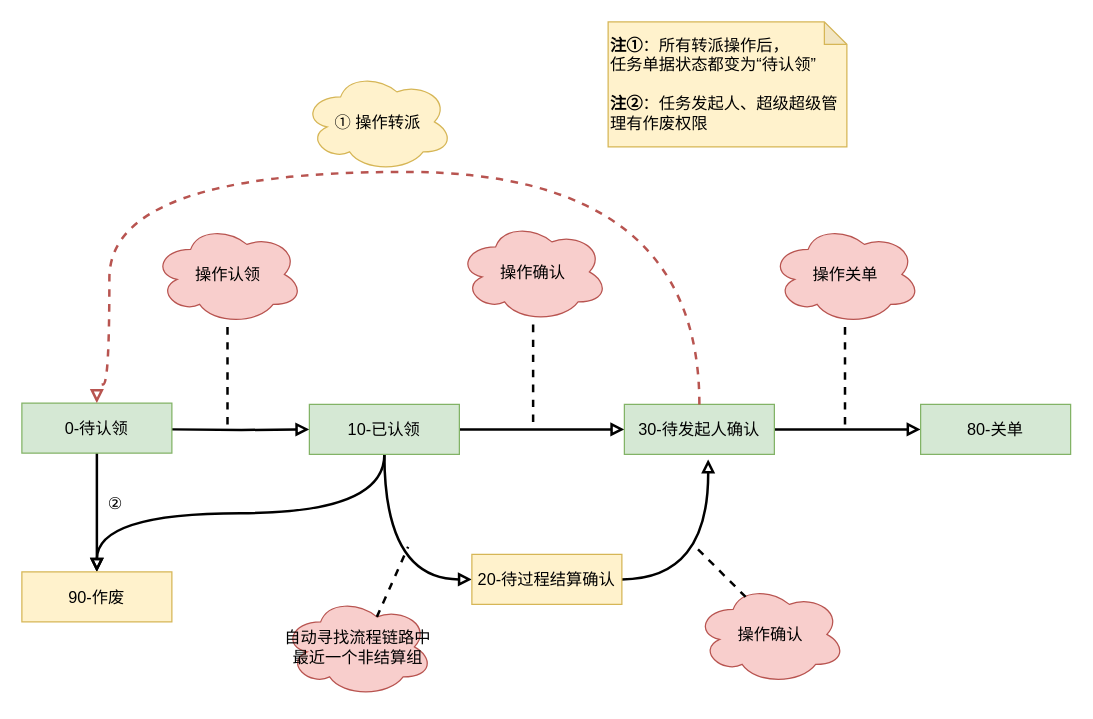
Before: page "状态图转换" (3 of 4) of 信航中心.drawio in satcon/MyBlog, a draw.io diagram. Source tidied: cells renumbered, new cells numbered last; positions are measured from the earlier drawing's top-left corner, leaving out a move shared by most shapes. Both pictures are drawn from the tidied source at 125%, with x=0, y=0 at pixel (21, 21).
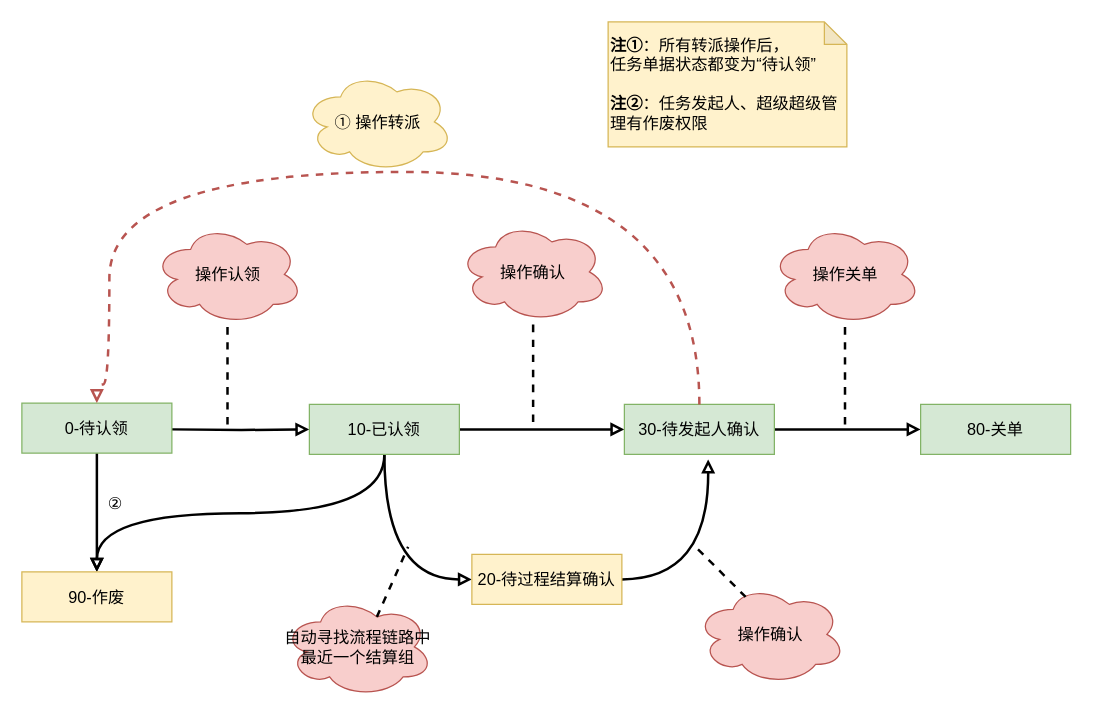
Above is the later version.

Diff of the diagram source:
```diff
@@
-    <mxCell id="20" value="自动寻找流程链路中最近一个非结算组" style="ellipse;shape=cloud;whiteSpace=wrap;html=1;rounded=0;fontSize=13;fillColor=#f8cecc;strokeColor=#b85450;" parent="1" vertex="1">
+    <mxCell id="20" value="自动寻找流程链路中最近一个结算组" style="ellipse;shape=cloud;whiteSpace=wrap;html=1;rounded=0;fontSize=13;fillColor=#f8cecc;strokeColor=#b85450;" parent="1" vertex="1">
       <mxGeometry x="209" y="460" width="120" height="80" as="geometry" />
     </mxCell>
```
